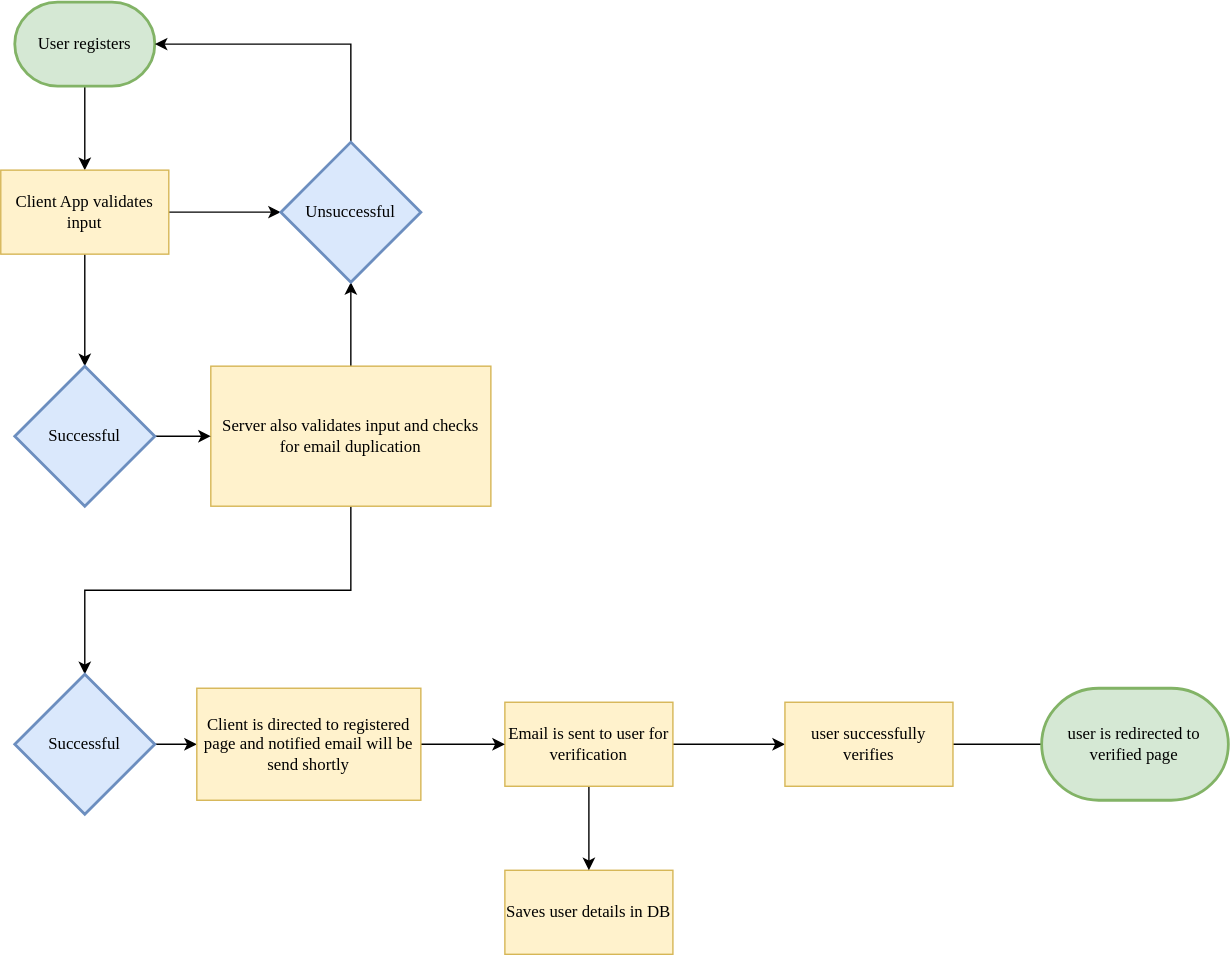
Before: register-flow.svg, a diagram exported from draw.io (jpduong/gym-time). Source tidied: cells renumbered, new cells last; positions are measured from the earlier drawing's top-left corner, leaving out a move shared by most shapes.
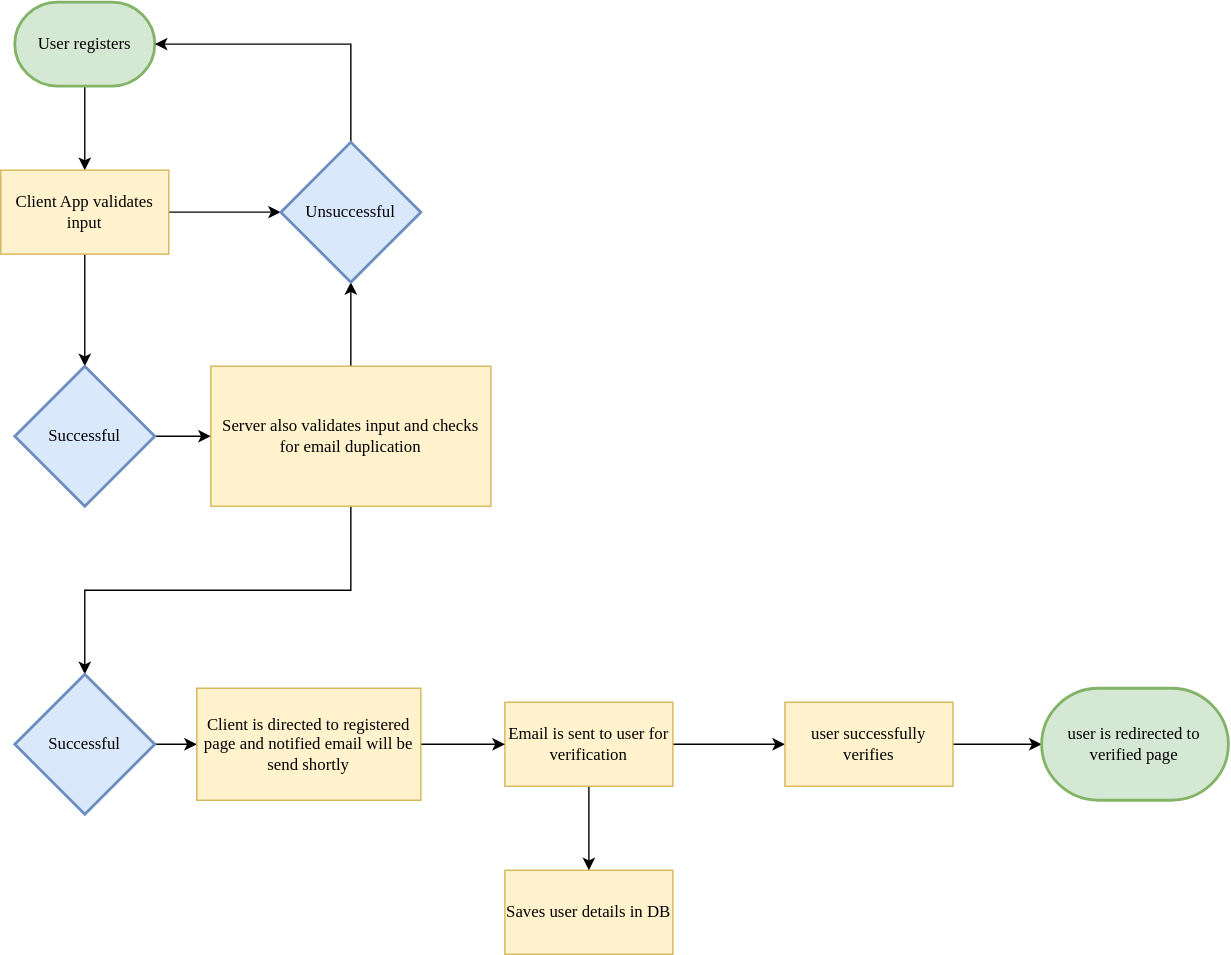
After the commit.

Commit message:
update readme, register-flow diagram, and add .env.example to server

What changed in the source:
```diff
@@ -58,10 +58,8 @@
     <mxCell id="19" value="Email is sent to user for verification" style="rounded=0;whiteSpace=wrap;html=1;fontFamily=Tahoma;fillColor=#fff2cc;strokeColor=#d6b656;" parent="1" vertex="1">
       <mxGeometry x="360" y="500" width="120" height="60" as="geometry" />
     </mxCell>
-    <mxCell id="20" style="edgeStyle=orthogonalEdgeStyle;rounded=0;jettySize=auto;html=1;exitX=1;exitY=0.5;exitDx=0;exitDy=0;entryX=0;entryY=0.5;entryDx=0;entryDy=0;fontFamily=Tahoma;" parent="1" edge="1" source="21">
-      <mxGeometry relative="1" as="geometry">
-        <mxPoint x="760" y="530" as="targetPoint" />
-      </mxGeometry>
+    <mxCell id="20" style="edgeStyle=orthogonalEdgeStyle;rounded=0;jettySize=auto;html=1;exitX=1;exitY=0.5;exitDx=0;exitDy=0;entryX=0;entryY=0.5;entryDx=0;entryDy=0;fontFamily=Tahoma;entryPerimeter=0;" parent="1" edge="1" source="21" target="22">
+      <mxGeometry relative="1" as="geometry" />
     </mxCell>
     <mxCell id="21" value="user successfully verifies" style="rounded=0;whiteSpace=wrap;html=1;fontFamily=Tahoma;fillColor=#fff2cc;strokeColor=#d6b656;" parent="1" vertex="1">
       <mxGeometry x="560" y="500" width="120" height="60" as="geometry" />
```
